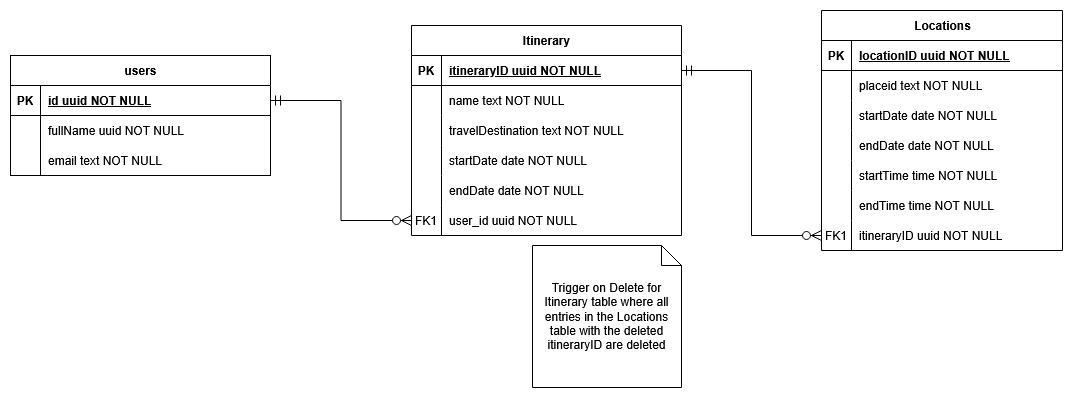
Above: Documents/Final Submit/Updated Diagrams/Final Atlas Itinerary ER Diagram.png in DustinWZook/Atlas-Itinerary (draw.io), before the change. Source tidied: cells renumbered, new cells last; positions are measured from the earlier drawing's top-left corner, leaving out a move shared by most shapes. Source of this version:
```xml
<mxGraphModel background="#ffffff">
  <root>
    <mxCell id="0" />
    <mxCell id="1" parent="0" />
    <mxCell id="2" value="users" style="shape=table;startSize=30;rowLines=0;fontStyle=1;align=center;html=1;" parent="1" vertex="1">
      <mxGeometry y="45" width="260" height="120" as="geometry" />
    </mxCell>
    <mxCell id="3" style="shape=tableRow;horizontal=0;startSize=0;swimlaneHead=0;swimlaneBody=0;fillColor=none;points=[[0,0.5],[1,0.5]];portConstraint=eastwest;top=0;left=0;right=0;bottom=1;" parent="2" vertex="1">
      <mxGeometry y="30" width="260" height="30" as="geometry" />
    </mxCell>
    <mxCell id="4" value="PK" style="shape=partialRectangle;fillColor=none;top=0;left=0;bottom=0;right=0;fontStyle=1;overflow=hidden;whiteSpace=wrap;html=1;" parent="3" vertex="1">
      <mxGeometry width="30" height="30" as="geometry" />
    </mxCell>
    <mxCell id="5" value="id uuid NOT NULL" style="shape=partialRectangle;fillColor=none;top=0;left=0;bottom=0;right=0;align=left;spacingLeft=6;fontStyle=5;overflow=hidden;whiteSpace=wrap;html=1;" parent="3" vertex="1">
      <mxGeometry x="30" width="230" height="30" as="geometry" />
    </mxCell>
    <mxCell id="6" style="shape=tableRow;horizontal=0;startSize=0;swimlaneHead=0;swimlaneBody=0;fillColor=none;top=0;left=0;right=0;bottom=0;" parent="2" vertex="1">
      <mxGeometry y="60" width="260" height="30" as="geometry" />
    </mxCell>
    <mxCell id="7" style="shape=partialRectangle;fillColor=none;top=0;left=0;bottom=0;right=0;overflow=hidden;whiteSpace=wrap;html=1;" parent="6" vertex="1">
      <mxGeometry width="30" height="30" as="geometry" />
    </mxCell>
    <mxCell id="8" value="&lt;div&gt;fullName uuid NOT NULL&lt;/div&gt;" style="shape=partialRectangle;fillColor=none;top=0;left=0;bottom=0;right=0;align=left;spacingLeft=6;overflow=hidden;whiteSpace=wrap;html=1;" parent="6" vertex="1">
      <mxGeometry x="30" width="230" height="30" as="geometry" />
    </mxCell>
    <mxCell id="9" style="shape=tableRow;horizontal=0;startSize=0;swimlaneHead=0;swimlaneBody=0;fillColor=none;top=0;left=0;right=0;bottom=0;" parent="2" vertex="1">
      <mxGeometry y="90" width="260" height="30" as="geometry" />
    </mxCell>
    <mxCell id="10" style="shape=partialRectangle;fillColor=none;top=0;left=0;bottom=0;right=0;overflow=hidden;whiteSpace=wrap;html=1;" parent="9" vertex="1">
      <mxGeometry width="30" height="30" as="geometry" />
    </mxCell>
    <mxCell id="11" value="email text NOT NULL" style="shape=partialRectangle;fillColor=none;top=0;left=0;bottom=0;right=0;align=left;spacingLeft=6;overflow=hidden;whiteSpace=wrap;html=1;" parent="9" vertex="1">
      <mxGeometry x="30" width="230" height="30" as="geometry" />
    </mxCell>
    <mxCell id="12" value="Itinerary" style="shape=table;startSize=30;rowLines=0;fontStyle=1;align=center;html=1;" parent="1" vertex="1">
      <mxGeometry x="401" y="15" width="270" height="210" as="geometry" />
    </mxCell>
    <mxCell id="13" style="shape=tableRow;horizontal=0;startSize=0;swimlaneHead=0;swimlaneBody=0;fillColor=none;points=[[0,0.5],[1,0.5]];portConstraint=eastwest;top=0;left=0;right=0;bottom=1;" parent="12" vertex="1">
      <mxGeometry y="30" width="270" height="30" as="geometry" />
    </mxCell>
    <mxCell id="14" value="PK" style="shape=partialRectangle;fillColor=none;top=0;left=0;bottom=0;right=0;fontStyle=1;overflow=hidden;whiteSpace=wrap;html=1;" parent="13" vertex="1">
      <mxGeometry width="30" height="30" as="geometry" />
    </mxCell>
    <mxCell id="15" value="itineraryID uuid NOT NULL" style="shape=partialRectangle;fillColor=none;top=0;left=0;bottom=0;right=0;align=left;spacingLeft=6;fontStyle=5;overflow=hidden;whiteSpace=wrap;html=1;" parent="13" vertex="1">
      <mxGeometry x="30" width="240" height="30" as="geometry" />
    </mxCell>
    <mxCell id="16" style="shape=tableRow;horizontal=0;startSize=0;swimlaneHead=0;swimlaneBody=0;fillColor=none;top=0;left=0;right=0;bottom=0;" parent="12" vertex="1">
      <mxGeometry y="60" width="270" height="30" as="geometry" />
    </mxCell>
    <mxCell id="17" style="shape=partialRectangle;fillColor=none;top=0;left=0;bottom=0;right=0;overflow=hidden;whiteSpace=wrap;html=1;" parent="16" vertex="1">
      <mxGeometry width="30" height="30" as="geometry" />
    </mxCell>
    <mxCell id="18" value="name text NOT NULL" style="shape=partialRectangle;fillColor=none;top=0;left=0;bottom=0;right=0;align=left;spacingLeft=6;overflow=hidden;whiteSpace=wrap;html=1;" parent="16" vertex="1">
      <mxGeometry x="30" width="240" height="30" as="geometry" />
    </mxCell>
    <mxCell id="19" style="shape=tableRow;horizontal=0;startSize=0;swimlaneHead=0;swimlaneBody=0;fillColor=none;top=0;left=0;right=0;bottom=0;" parent="12" vertex="1">
      <mxGeometry y="90" width="270" height="30" as="geometry" />
    </mxCell>
    <mxCell id="20" style="shape=partialRectangle;fillColor=none;top=0;left=0;bottom=0;right=0;overflow=hidden;whiteSpace=wrap;html=1;" parent="19" vertex="1">
      <mxGeometry width="30" height="30" as="geometry" />
    </mxCell>
    <mxCell id="21" value="travelDestination text NOT NULL" style="shape=partialRectangle;fillColor=none;top=0;left=0;bottom=0;right=0;align=left;spacingLeft=6;overflow=hidden;whiteSpace=wrap;html=1;" parent="19" vertex="1">
      <mxGeometry x="30" width="240" height="30" as="geometry" />
    </mxCell>
    <mxCell id="22" style="shape=tableRow;horizontal=0;startSize=0;swimlaneHead=0;swimlaneBody=0;fillColor=none;top=0;left=0;right=0;bottom=0;" parent="12" vertex="1">
      <mxGeometry y="120" width="270" height="30" as="geometry" />
    </mxCell>
    <mxCell id="23" style="shape=partialRectangle;fillColor=none;top=0;left=0;bottom=0;right=0;overflow=hidden;whiteSpace=wrap;html=1;" parent="22" vertex="1">
      <mxGeometry width="30" height="30" as="geometry" />
    </mxCell>
    <mxCell id="24" value="startDate date NOT NULL" style="shape=partialRectangle;fillColor=none;top=0;left=0;bottom=0;right=0;align=left;spacingLeft=6;overflow=hidden;whiteSpace=wrap;html=1;" parent="22" vertex="1">
      <mxGeometry x="30" width="240" height="30" as="geometry" />
    </mxCell>
    <mxCell id="25" style="shape=tableRow;horizontal=0;startSize=0;swimlaneHead=0;swimlaneBody=0;fillColor=none;top=0;left=0;right=0;bottom=0;" parent="12" vertex="1">
      <mxGeometry y="150" width="270" height="30" as="geometry" />
    </mxCell>
    <mxCell id="26" style="shape=partialRectangle;fillColor=none;top=0;left=0;bottom=0;right=0;overflow=hidden;whiteSpace=wrap;html=1;" parent="25" vertex="1">
      <mxGeometry width="30" height="30" as="geometry" />
    </mxCell>
    <mxCell id="27" value="endDate date NOT NULL" style="shape=partialRectangle;fillColor=none;top=0;left=0;bottom=0;right=0;align=left;spacingLeft=6;overflow=hidden;whiteSpace=wrap;html=1;" parent="25" vertex="1">
      <mxGeometry x="30" width="240" height="30" as="geometry" />
    </mxCell>
    <mxCell id="28" style="shape=tableRow;horizontal=0;startSize=0;swimlaneHead=0;swimlaneBody=0;fillColor=none;points=[[0,0.5],[1,0.5]];portConstraint=eastwest;top=0;left=0;right=0;bottom=0;" parent="12" vertex="1">
      <mxGeometry y="180" width="270" height="30" as="geometry" />
    </mxCell>
    <mxCell id="29" value="FK1" style="shape=partialRectangle;fillColor=none;top=0;left=0;bottom=0;right=0;overflow=hidden;whiteSpace=wrap;html=1;" parent="28" vertex="1">
      <mxGeometry width="30" height="30" as="geometry" />
    </mxCell>
    <mxCell id="30" value="user_id uuid NOT NULL" style="shape=partialRectangle;fillColor=none;top=0;left=0;bottom=0;right=0;align=left;spacingLeft=6;overflow=hidden;whiteSpace=wrap;html=1;" parent="28" vertex="1">
      <mxGeometry x="30" width="240" height="30" as="geometry" />
    </mxCell>
    <mxCell id="31" value="Locations" style="shape=table;startSize=30;rowLines=0;fontStyle=1;align=center;html=1;" parent="1" vertex="1">
      <mxGeometry x="811" width="241" height="240" as="geometry" />
    </mxCell>
    <mxCell id="32" style="shape=tableRow;horizontal=0;startSize=0;swimlaneHead=0;swimlaneBody=0;fillColor=none;top=0;left=0;right=0;bottom=1;" parent="31" vertex="1">
      <mxGeometry y="30" width="241" height="30" as="geometry" />
    </mxCell>
    <mxCell id="33" value="PK" style="shape=partialRectangle;fillColor=none;top=0;left=0;bottom=0;right=0;fontStyle=1;overflow=hidden;whiteSpace=wrap;html=1;" parent="32" vertex="1">
      <mxGeometry width="30" height="30" as="geometry" />
    </mxCell>
    <mxCell id="34" value="locationID uuid NOT NULL" style="shape=partialRectangle;fillColor=none;top=0;left=0;bottom=0;right=0;align=left;spacingLeft=6;fontStyle=5;overflow=hidden;whiteSpace=wrap;html=1;" parent="32" vertex="1">
      <mxGeometry x="30" width="211" height="30" as="geometry" />
    </mxCell>
    <mxCell id="35" style="shape=tableRow;horizontal=0;startSize=0;swimlaneHead=0;swimlaneBody=0;fillColor=none;top=0;left=0;right=0;bottom=0;" parent="31" vertex="1">
      <mxGeometry y="60" width="241" height="30" as="geometry" />
    </mxCell>
    <mxCell id="36" style="shape=partialRectangle;fillColor=none;top=0;left=0;bottom=0;right=0;overflow=hidden;whiteSpace=wrap;html=1;" parent="35" vertex="1">
      <mxGeometry width="30" height="30" as="geometry" />
    </mxCell>
    <mxCell id="37" value="placeid text NOT NULL" style="shape=partialRectangle;fillColor=none;top=0;left=0;bottom=0;right=0;align=left;spacingLeft=6;overflow=hidden;whiteSpace=wrap;html=1;" parent="35" vertex="1">
      <mxGeometry x="30" width="211" height="30" as="geometry" />
    </mxCell>
    <mxCell id="38" style="shape=tableRow;horizontal=0;startSize=0;swimlaneHead=0;swimlaneBody=0;fillColor=none;top=0;left=0;right=0;bottom=0;" parent="31" vertex="1">
      <mxGeometry y="90" width="241" height="30" as="geometry" />
    </mxCell>
    <mxCell id="39" style="shape=partialRectangle;fillColor=none;top=0;left=0;bottom=0;right=0;overflow=hidden;whiteSpace=wrap;html=1;" parent="38" vertex="1">
      <mxGeometry width="30" height="30" as="geometry" />
    </mxCell>
    <mxCell id="40" value="startDate date NOT NULL" style="shape=partialRectangle;fillColor=none;top=0;left=0;bottom=0;right=0;align=left;spacingLeft=6;overflow=hidden;whiteSpace=wrap;html=1;" parent="38" vertex="1">
      <mxGeometry x="30" width="211" height="30" as="geometry" />
    </mxCell>
    <mxCell id="41" style="shape=tableRow;horizontal=0;startSize=0;swimlaneHead=0;swimlaneBody=0;fillColor=none;top=0;left=0;right=0;bottom=0;" parent="31" vertex="1">
      <mxGeometry y="120" width="241" height="30" as="geometry" />
    </mxCell>
    <mxCell id="42" style="shape=partialRectangle;fillColor=none;top=0;left=0;bottom=0;right=0;overflow=hidden;whiteSpace=wrap;html=1;" parent="41" vertex="1">
      <mxGeometry width="30" height="30" as="geometry" />
    </mxCell>
    <mxCell id="43" value="endDate date NOT NULL" style="shape=partialRectangle;fillColor=none;top=0;left=0;bottom=0;right=0;align=left;spacingLeft=6;overflow=hidden;whiteSpace=wrap;html=1;" parent="41" vertex="1">
      <mxGeometry x="30" width="211" height="30" as="geometry" />
    </mxCell>
    <mxCell id="44" style="shape=tableRow;horizontal=0;startSize=0;swimlaneHead=0;swimlaneBody=0;fillColor=none;top=0;left=0;right=0;bottom=0;" parent="31" vertex="1">
      <mxGeometry y="150" width="241" height="30" as="geometry" />
    </mxCell>
    <mxCell id="45" style="shape=partialRectangle;fillColor=none;top=0;left=0;bottom=0;right=0;overflow=hidden;whiteSpace=wrap;html=1;" parent="44" vertex="1">
      <mxGeometry width="30" height="30" as="geometry" />
    </mxCell>
    <mxCell id="46" value="startTime time NOT NULL" style="shape=partialRectangle;fillColor=none;top=0;left=0;bottom=0;right=0;align=left;spacingLeft=6;overflow=hidden;whiteSpace=wrap;html=1;" parent="44" vertex="1">
      <mxGeometry x="30" width="211" height="30" as="geometry" />
    </mxCell>
    <mxCell id="47" style="shape=tableRow;horizontal=0;startSize=0;swimlaneHead=0;swimlaneBody=0;fillColor=none;top=0;left=0;right=0;bottom=0;" parent="31" vertex="1">
      <mxGeometry y="180" width="241" height="30" as="geometry" />
    </mxCell>
    <mxCell id="48" style="shape=partialRectangle;fillColor=none;top=0;left=0;bottom=0;right=0;overflow=hidden;whiteSpace=wrap;html=1;" parent="47" vertex="1">
      <mxGeometry width="30" height="30" as="geometry" />
    </mxCell>
    <mxCell id="49" value="endTime time NOT NULL" style="shape=partialRectangle;fillColor=none;top=0;left=0;bottom=0;right=0;align=left;spacingLeft=6;overflow=hidden;whiteSpace=wrap;html=1;" parent="47" vertex="1">
      <mxGeometry x="30" width="211" height="30" as="geometry" />
    </mxCell>
    <mxCell id="50" style="shape=tableRow;horizontal=0;startSize=0;swimlaneHead=0;swimlaneBody=0;fillColor=none;points=[[0,0.5],[1,0.5]];portConstraint=eastwest;top=0;left=0;right=0;bottom=0;" parent="31" vertex="1">
      <mxGeometry y="210" width="241" height="30" as="geometry" />
    </mxCell>
    <mxCell id="51" value="FK1" style="shape=partialRectangle;fillColor=none;top=0;left=0;bottom=0;right=0;overflow=hidden;whiteSpace=wrap;html=1;" parent="50" vertex="1">
      <mxGeometry width="30" height="30" as="geometry" />
    </mxCell>
    <mxCell id="52" value="itineraryID uuid NOT NULL" style="shape=partialRectangle;fillColor=none;top=0;left=0;bottom=0;right=0;align=left;spacingLeft=6;overflow=hidden;whiteSpace=wrap;html=1;" parent="50" vertex="1">
      <mxGeometry x="30" width="211" height="30" as="geometry" />
    </mxCell>
    <mxCell id="53" style="edgeStyle=orthogonalEdgeStyle;fontSize=12;html=1;endArrow=ERzeroToMany;startArrow=ERmandOne;rounded=0;startSize=8;endSize=8;exitX=1;exitY=0.5;exitDx=0;exitDy=0;entryX=0;entryY=0.5;entryDx=0;entryDy=0;" parent="1" edge="1" source="3" target="28">
      <mxGeometry relative="1" as="geometry" />
    </mxCell>
    <mxCell id="54" style="edgeStyle=orthogonalEdgeStyle;fontSize=12;html=1;endArrow=ERzeroToMany;startArrow=ERmandOne;rounded=0;startSize=8;endSize=8;exitX=1;exitY=0.5;exitDx=0;exitDy=0;entryX=0;entryY=0.5;entryDx=0;entryDy=0;" parent="1" edge="1" source="13" target="50">
      <mxGeometry relative="1" as="geometry" />
    </mxCell>
    <mxCell id="55" value="Trigger on Delete for Itinerary table where all entries in the Locations table with the deleted itineraryID are deleted" style="shape=note;size=20;whiteSpace=wrap;html=1;" parent="1" vertex="1">
      <mxGeometry x="522" y="235" width="149" height="142" as="geometry" />
    </mxCell>
  </root>
</mxGraphModel>
```
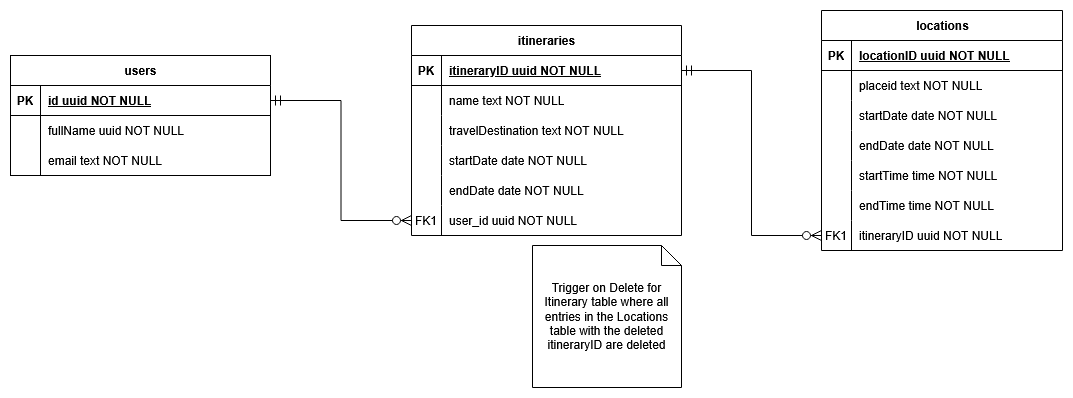
The same diagram one commit later.

The edit, as a diff of the source:
```diff
@@ -32,7 +32,7 @@
     <mxCell id="11" value="email text NOT NULL" style="shape=partialRectangle;fillColor=none;top=0;left=0;bottom=0;right=0;align=left;spacingLeft=6;overflow=hidden;whiteSpace=wrap;html=1;" parent="9" vertex="1">
       <mxGeometry x="30" width="230" height="30" as="geometry" />
     </mxCell>
-    <mxCell id="12" value="Itinerary" style="shape=table;startSize=30;rowLines=0;fontStyle=1;align=center;html=1;" parent="1" vertex="1">
+    <mxCell id="12" value="itineraries" style="shape=table;startSize=30;rowLines=0;fontStyle=1;align=center;html=1;" parent="1" vertex="1">
       <mxGeometry x="401" y="15" width="270" height="210" as="geometry" />
     </mxCell>
     <mxCell id="13" style="shape=tableRow;horizontal=0;startSize=0;swimlaneHead=0;swimlaneBody=0;fillColor=none;points=[[0,0.5],[1,0.5]];portConstraint=eastwest;top=0;left=0;right=0;bottom=1;" parent="12" vertex="1">
@@ -89,7 +89,7 @@
     <mxCell id="30" value="user_id uuid NOT NULL" style="shape=partialRectangle;fillColor=none;top=0;left=0;bottom=0;right=0;align=left;spacingLeft=6;overflow=hidden;whiteSpace=wrap;html=1;" parent="28" vertex="1">
       <mxGeometry x="30" width="240" height="30" as="geometry" />
     </mxCell>
-    <mxCell id="31" value="Locations" style="shape=table;startSize=30;rowLines=0;fontStyle=1;align=center;html=1;" parent="1" vertex="1">
+    <mxCell id="31" value="locations" style="shape=table;startSize=30;rowLines=0;fontStyle=1;align=center;html=1;" parent="1" vertex="1">
       <mxGeometry x="811" width="241" height="240" as="geometry" />
     </mxCell>
     <mxCell id="32" style="shape=tableRow;horizontal=0;startSize=0;swimlaneHead=0;swimlaneBody=0;fillColor=none;top=0;left=0;right=0;bottom=1;" parent="31" vertex="1">
```
